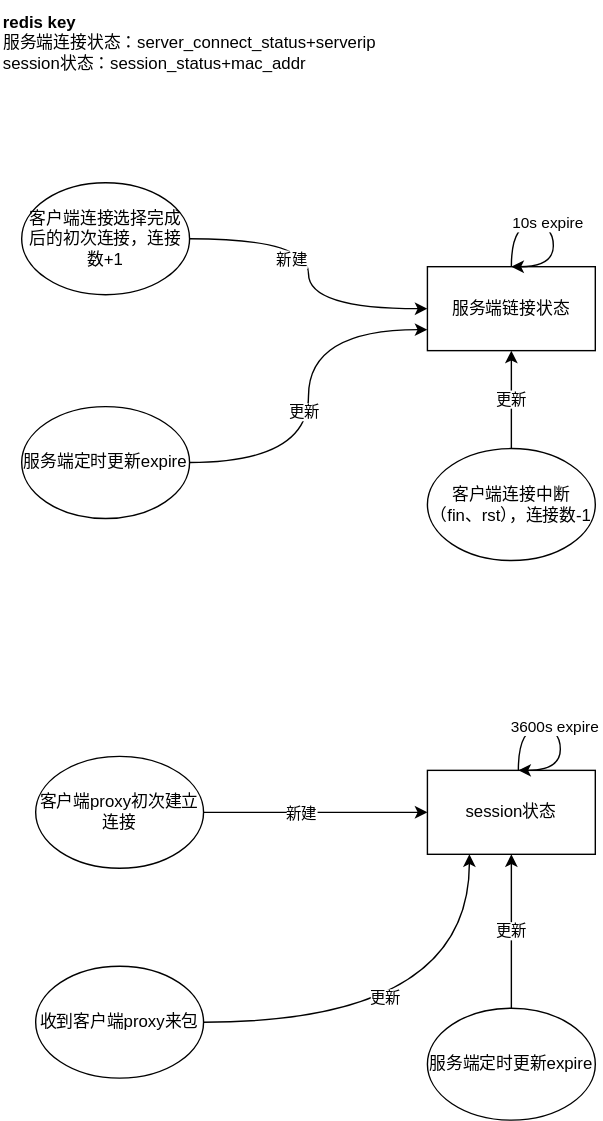
Above: tc_redis统计数据状态转移图.svg in c17abab/diag_pics (draw.io), before the change. Source tidied: cells renumbered, new cells last; positions are measured from the earlier drawing's top-left corner, leaving out a move shared by most shapes.
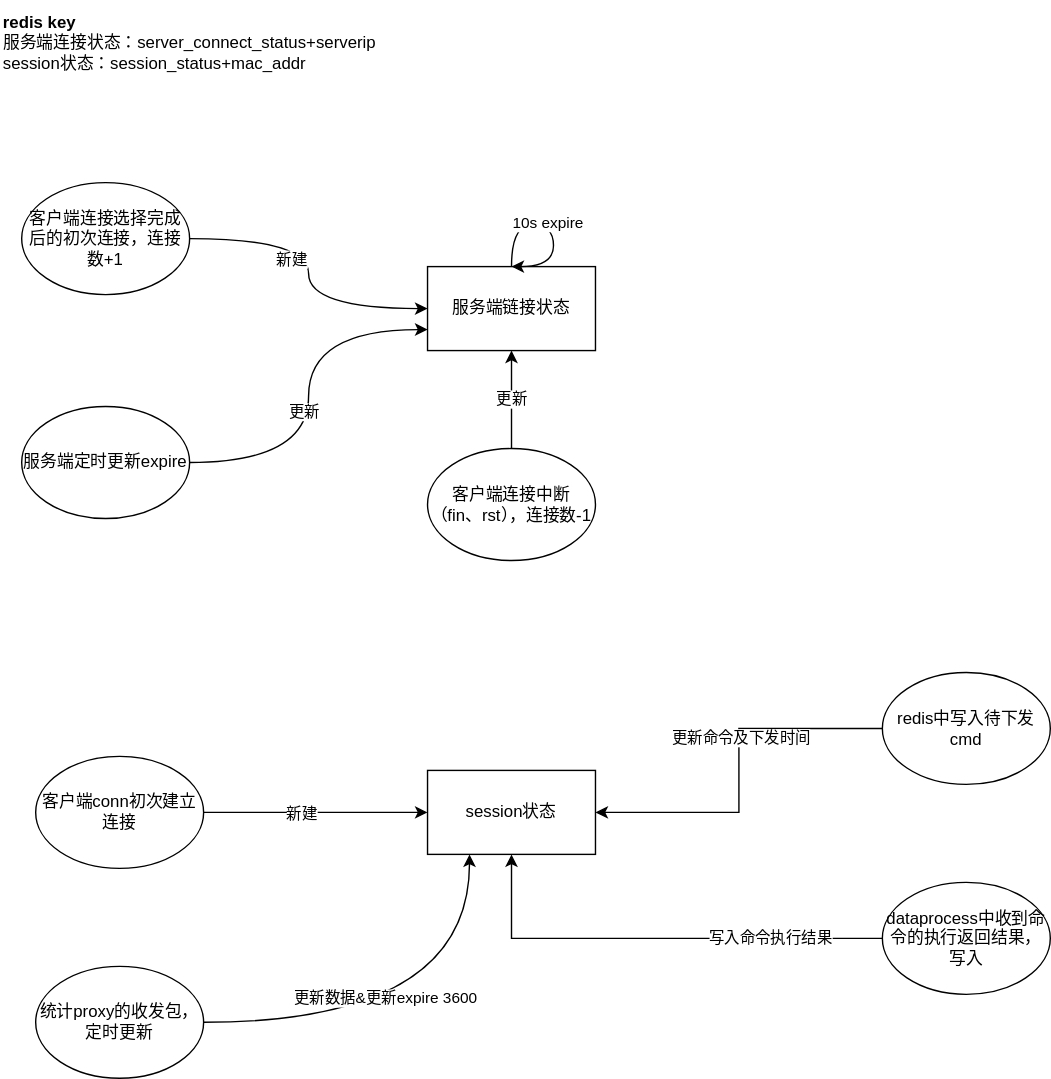
The same diagram one commit later.

Commit message:
更新tc_redis统计数据状态转移图.svg

What changed in the source:
```diff
@@ -47,43 +47,41 @@
     <mxCell id="14" value="客户端连接中断（fin、rst），连接数-1" style="ellipse;whiteSpace=wrap;html=1;" parent="1" vertex="1">
       <mxGeometry x="305" y="320" width="120" height="80" as="geometry" />
     </mxCell>
-    <mxCell id="15" style="edgeStyle=orthogonalEdgeStyle;curved=1;rounded=0;orthogonalLoop=1;jettySize=auto;html=1;entryX=0.5;entryY=0;entryDx=0;entryDy=0;" parent="1" edge="1">
-      <mxGeometry relative="1" as="geometry">
-        <mxPoint x="370" y="550" as="sourcePoint" />
-        <mxPoint x="370" y="550" as="targetPoint" />
-        <Array as="points">
-          <mxPoint x="370" y="520" />
-          <mxPoint x="400" y="520" />
-          <mxPoint x="400" y="550" />
-        </Array>
-      </mxGeometry>
-    </mxCell>
-    <mxCell id="16" value="3600s expire" style="edgeLabel;html=1;align=center;verticalAlign=middle;" parent="15" vertex="1">
-      <mxGeometry x="-0.09" y="2" relative="1" as="geometry" />
-    </mxCell>
     <mxCell id="17" style="edgeStyle=orthogonalEdgeStyle;curved=1;rounded=0;jettySize=auto;html=1;" parent="1" edge="1" source="19" target="3">
       <mxGeometry relative="1" as="geometry" />
     </mxCell>
     <mxCell id="18" value="新建" style="edgeLabel;html=1;align=center;verticalAlign=middle;" parent="17" vertex="1">
       <mxGeometry x="-0.14" relative="1" as="geometry" />
     </mxCell>
-    <mxCell id="19" value="客户端proxy初次建立连接" style="ellipse;whiteSpace=wrap;html=1;" parent="1" vertex="1">
+    <mxCell id="19" value="客户端conn初次建立连接" style="ellipse;whiteSpace=wrap;html=1;" parent="1" vertex="1">
       <mxGeometry x="25" y="540" width="120" height="80" as="geometry" />
     </mxCell>
     <mxCell id="20" style="edgeStyle=orthogonalEdgeStyle;curved=1;rounded=0;jettySize=auto;html=1;entryX=0.25;entryY=1;entryDx=0;entryDy=0;" parent="1" edge="1" source="22" target="3">
       <mxGeometry relative="1" as="geometry" />
     </mxCell>
-    <mxCell id="21" value="更新" style="edgeLabel;html=1;align=center;verticalAlign=middle;" parent="20" vertex="1">
+    <mxCell id="21" value="更新数据&amp;amp;更新expire 3600" style="edgeLabel;html=1;align=center;verticalAlign=middle;" parent="20" vertex="1">
       <mxGeometry x="-0.17" y="18" relative="1" as="geometry" />
     </mxCell>
-    <mxCell id="22" value="收到客户端proxy来包" style="ellipse;whiteSpace=wrap;html=1;" parent="1" vertex="1">
+    <mxCell id="22" value="统计proxy的收发包，定时更新" style="ellipse;whiteSpace=wrap;html=1;" parent="1" vertex="1">
       <mxGeometry x="25" y="690" width="120" height="80" as="geometry" />
     </mxCell>
-    <mxCell id="23" value="更新" style="edgeStyle=orthogonalEdgeStyle;curved=1;rounded=0;jettySize=auto;html=1;entryX=0.5;entryY=1;entryDx=0;entryDy=0;" parent="1" edge="1" source="24" target="3">
-      <mxGeometry relative="1" as="geometry" />
-    </mxCell>
-    <mxCell id="24" value="服务端定时更新expire" style="ellipse;whiteSpace=wrap;html=1;" parent="1" vertex="1">
-      <mxGeometry x="305" y="720" width="120" height="80" as="geometry" />
-    </mxCell>
+    <mxCell id="25" style="edgeStyle=orthogonalEdgeStyle;rounded=0;jettySize=auto;html=1;" parent="1" edge="1" source="27" target="3">
+      <mxGeometry relative="1" as="geometry" />
+    </mxCell>
+    <mxCell id="26" value="更新命令及下发时间" style="edgeLabel;html=1;align=center;verticalAlign=middle;" parent="25" vertex="1">
+      <mxGeometry x="-0.18" y="1" relative="1" as="geometry" />
+    </mxCell>
+    <mxCell id="27" value="redis中写入待下发cmd" style="ellipse;whiteSpace=wrap;html=1;" parent="1" vertex="1">
+      <mxGeometry x="630" y="480" width="120" height="80" as="geometry" />
+    </mxCell>
+    <mxCell id="28" style="edgeStyle=orthogonalEdgeStyle;rounded=0;jettySize=auto;html=1;" parent="1" edge="1" source="30" target="3">
+      <mxGeometry relative="1" as="geometry" />
+    </mxCell>
+    <mxCell id="29" value="写入命令执行结果" style="edgeLabel;html=1;align=center;verticalAlign=middle;" parent="28" vertex="1">
+      <mxGeometry x="-0.5" y="-1" relative="1" as="geometry" />
+    </mxCell>
+    <mxCell id="30" value="dataprocess中收到命令的执行返回结果，写入" style="ellipse;whiteSpace=wrap;html=1;" parent="1" vertex="1">
+      <mxGeometry x="630" y="630" width="120" height="80" as="geometry" />
+    </mxCell>
   </root>
 </mxGraphModel>
```
